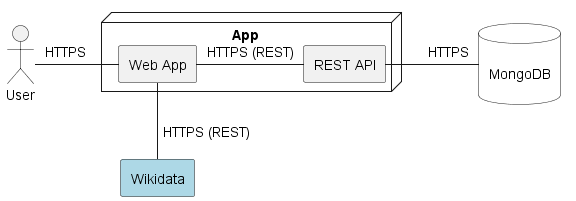
Arquisoft/wiq_es6c keeps this PlantUML diagram as images/Technical_Context Diagram.png. Above is the earlier version. The source it was exported from:
```plantuml
@startuml
!pragma layout smetana

actor "User"
node "\t\t\tApp\t\t\t\t"{
    rectangle "Web App"
    rectangle "REST API"
}
rectangle "Wikidata" #lightblue
database "\nMongoDB\n" as MongoDB #white

User -right- "Web App" : "HTTPS\t"
"Web App" -right- "REST API" : HTTPS (REST)
"REST API" -right-- "MongoDB" : "\tHTTPS"
"Web App" -down- "Wikidata" : " HTTPS (REST)"
@enduml
```
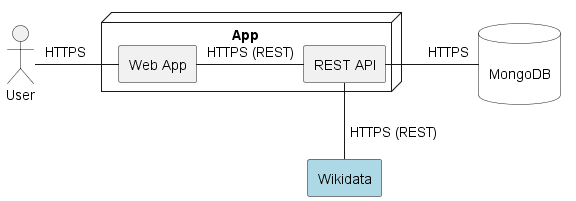
Later version of the same file.

What changed in the source:
```diff
@@ -12,5 +12,5 @@
 User -right- "Web App" : "HTTPS\t"
 "Web App" -right- "REST API" : HTTPS (REST)
 "REST API" -right-- "MongoDB" : "\tHTTPS"
-"Web App" -down- "Wikidata" : " HTTPS (REST)"
+"REST API" -down- "Wikidata" : " HTTPS (REST)"
 @enduml
```
